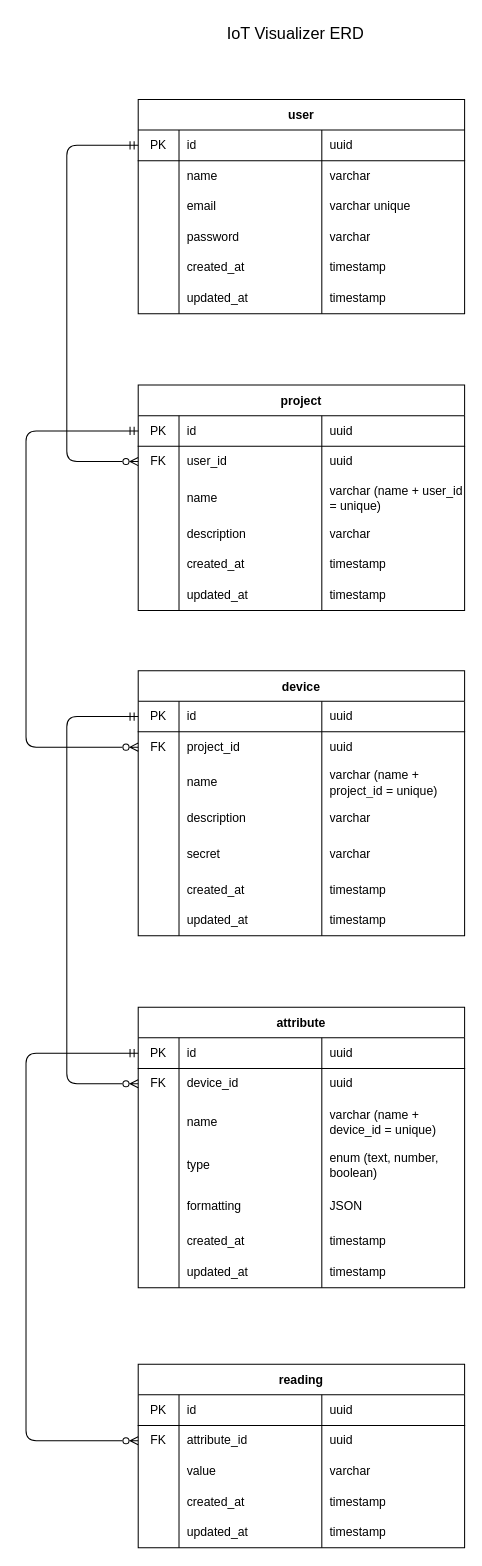
Before: docs/database/erd.drawio in rafaeltmbr/iot_visualizer, a draw.io diagram. Source tidied: cells renumbered, new cells numbered last; positions are measured from the earlier drawing's top-left corner, leaving out a move shared by most shapes. Both pictures are drawn from the tidied source at 102%, with x=0, y=0 at pixel (26, 17).
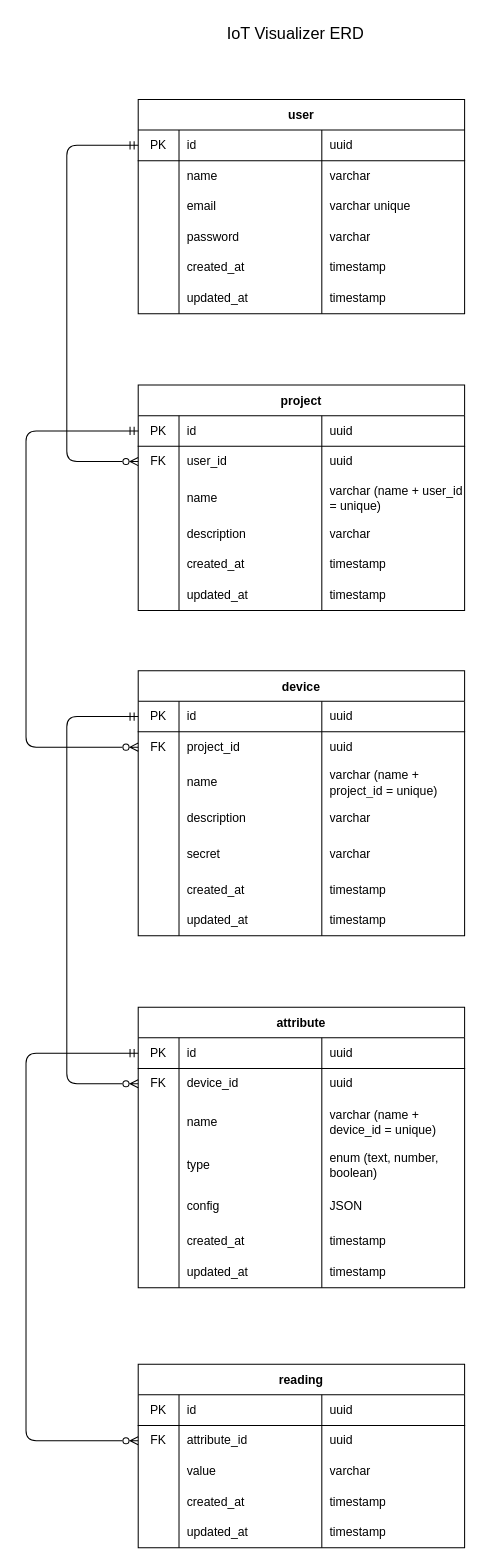
The same diagram, later.

Commit message (it also covers changes not shown here):
feat: added json support for attribute config

Unchanged cells that the change refers to:
```xml
<mxCell id="100" style="shape=partialRectangle;html=1;whiteSpace=wrap;fillColor=none;top=0;left=0;bottom=0;right=0;" parent="83" vertex="1">
  <mxGeometry y="175" width="320" height="40" as="geometry" />
</mxCell>
```

What changed in the source:
```diff
@@
-    <mxCell id="102" value="formatting" style="shape=partialRectangle;html=1;whiteSpace=wrap;fillColor=none;top=0;left=0;bottom=0;right=0;align=left;spacingLeft=6;overflow=hidden;" parent="100" vertex="1">
+    <mxCell id="102" value="config" style="shape=partialRectangle;html=1;whiteSpace=wrap;fillColor=none;top=0;left=0;bottom=0;right=0;align=left;spacingLeft=6;overflow=hidden;" parent="100" vertex="1">
       <mxGeometry x="40" width="140" height="40" as="geometry" />
     </mxCell>
```
